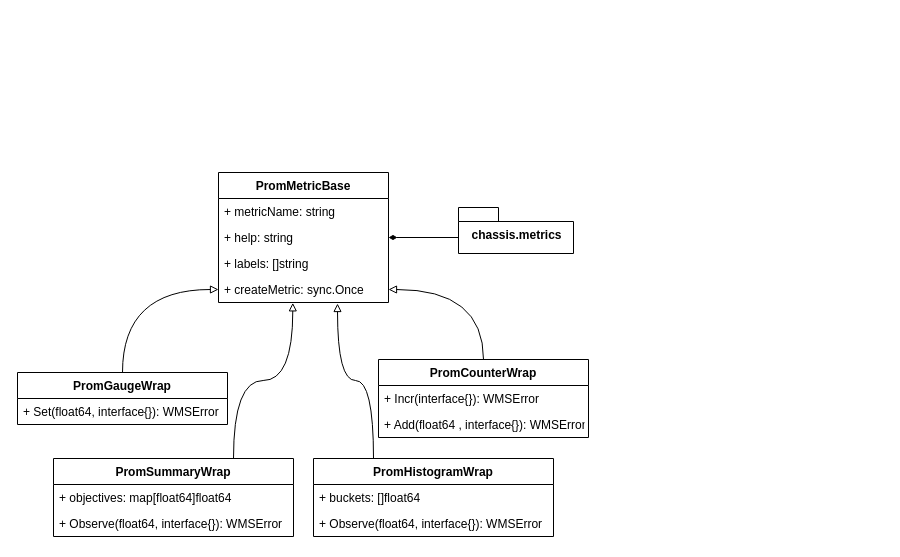
The draw.io diagram prometheus-class.drawio in yindongjun/drawio-2, before the edit. Source tidied: cells renumbered, new cells numbered last; positions are measured from the earlier drawing's top-left corner, leaving out a move shared by most shapes. Both pictures are drawn from the tidied source at 100%, with x=0, y=0 at pixel (17, 172).
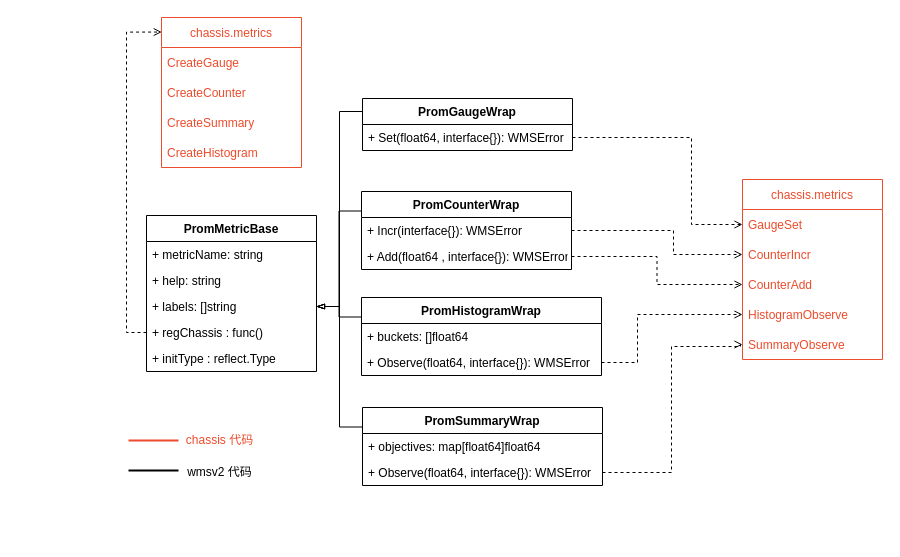
After the change.

Unchanged cells that the change refers to:
```xml
<mxCell id="4" value="+ help: string" style="text;strokeColor=none;fillColor=none;align=left;verticalAlign=top;spacingLeft=4;spacingRight=4;overflow=hidden;points=[[0,0.5],[1,0.5]];portConstraint=eastwest;" parent="2" vertex="1">
  <mxGeometry y="52" width="170" height="26" as="geometry" />
</mxCell>
<mxCell id="5" value="+ labels: []string" style="text;strokeColor=none;fillColor=none;align=left;verticalAlign=top;spacingLeft=4;spacingRight=4;overflow=hidden;points=[[0,0.5],[1,0.5]];portConstraint=eastwest;" parent="2" vertex="1">
  <mxGeometry y="78" width="170" height="26" as="geometry" />
</mxCell>
<mxCell id="9" value="+ Set(float64, interface{}): WMSError" style="text;strokeColor=none;fillColor=none;align=left;verticalAlign=top;spacingLeft=4;spacingRight=4;overflow=hidden;points=[[0,0.5],[1,0.5]];portConstraint=eastwest;" parent="8" vertex="1">
  <mxGeometry y="26" width="210" height="26" as="geometry" />
</mxCell>
<mxCell id="12" value="+ Incr(interface{}): WMSError" style="text;strokeColor=none;fillColor=none;align=left;verticalAlign=top;spacingLeft=4;spacingRight=4;overflow=hidden;points=[[0,0.5],[1,0.5]];portConstraint=eastwest;" parent="11" vertex="1">
  <mxGeometry y="26" width="210" height="26" as="geometry" />
</mxCell>
<mxCell id="13" value="+ Add(float64 , interface{}): WMSError" style="text;strokeColor=none;fillColor=none;align=left;verticalAlign=top;spacingLeft=4;spacingRight=4;overflow=hidden;points=[[0,0.5],[1,0.5]];portConstraint=eastwest;" parent="11" vertex="1">
  <mxGeometry y="52" width="210" height="26" as="geometry" />
</mxCell>
<mxCell id="17" value="+ Observe(float64, interface{}): WMSError" style="text;strokeColor=none;fillColor=none;align=left;verticalAlign=top;spacingLeft=4;spacingRight=4;overflow=hidden;points=[[0,0.5],[1,0.5]];portConstraint=eastwest;" parent="15" vertex="1">
  <mxGeometry y="52" width="240" height="26" as="geometry" />
</mxCell>
<mxCell id="21" value="+ Observe(float64, interface{}): WMSError" style="text;strokeColor=none;fillColor=none;align=left;verticalAlign=top;spacingLeft=4;spacingRight=4;overflow=hidden;points=[[0,0.5],[1,0.5]];portConstraint=eastwest;" parent="19" vertex="1">
  <mxGeometry y="52" width="240" height="26" as="geometry" />
</mxCell>
```

What changed in the source:
```diff
@@
     <mxCell id="2" value="PromMetricBase" style="swimlane;fontStyle=1;horizontal=1;startSize=26;fillColor=none;strokeColor=default;" parent="1" vertex="1">
-      <mxGeometry x="201" width="170" height="130" as="geometry" />
+      <mxGeometry x="129" y="43" width="170" height="156" as="geometry" />
     </mxCell>
@@
-    <mxCell id="6" value="+ createMetric: sync.Once" style="text;strokeColor=none;fillColor=none;align=left;verticalAlign=top;spacingLeft=4;spacingRight=4;overflow=hidden;points=[[0,0.5],[1,0.5]];portConstraint=eastwest;" parent="2" vertex="1">
+    <mxCell id="6" value="+ regChassis : func()" style="text;strokeColor=none;fillColor=none;align=left;verticalAlign=top;spacingLeft=4;spacingRight=4;overflow=hidden;points=[[0,0.5],[1,0.5]];portConstraint=eastwest;" parent="2" vertex="1">
       <mxGeometry y="104" width="170" height="26" as="geometry" />
     </mxCell>
-    <mxCell id="7" style="edgeStyle=orthogonalEdgeStyle;rounded=0;jettySize=auto;html=1;exitX=0.5;exitY=0;exitDx=0;exitDy=0;entryX=0;entryY=0.5;entryDx=0;entryDy=0;endArrow=block;endFill=0;curved=1;" parent="1" edge="1" source="8" target="6">
-      <mxGeometry relative="1" as="geometry" />
-    </mxCell>
+    <mxCell id="24" value="+ initType : reflect.Type" style="text;strokeColor=none;fillColor=none;align=left;verticalAlign=top;spacingLeft=4;spacingRight=4;overflow=hidden;" parent="2" vertex="1">
+      <mxGeometry y="130" width="170" height="26" as="geometry" />
+    </mxCell>
+    <mxCell id="25" style="edgeStyle=orthogonalEdgeStyle;rounded=0;jettySize=auto;html=1;exitX=0;exitY=0.25;exitDx=0;exitDy=0;entryX=1;entryY=0.5;entryDx=0;entryDy=0;endArrow=blockThin;endFill=0;" parent="1" edge="1" source="8" target="5">
+      <mxGeometry relative="1" as="geometry" />
+    </mxCell>
     <mxCell id="8" value="PromGaugeWrap" style="swimlane;fontStyle=1;align=center;verticalAlign=top;horizontal=1;startSize=26;strokeColor=default;" parent="1" vertex="1">
-      <mxGeometry y="200" width="210" height="52" as="geometry" />
+      <mxGeometry x="345" y="-74" width="210" height="52" as="geometry" />
     </mxCell>
@@
-    <mxCell id="10" style="edgeStyle=orthogonalEdgeStyle;rounded=0;jettySize=auto;html=1;exitX=0.5;exitY=0;exitDx=0;exitDy=0;entryX=1;entryY=0.5;entryDx=0;entryDy=0;endArrow=block;endFill=0;curved=1;" parent="1" edge="1" source="11" target="6">
-      <mxGeometry relative="1" as="geometry" />
-    </mxCell>
+    <mxCell id="26" style="edgeStyle=orthogonalEdgeStyle;rounded=0;jettySize=auto;html=1;exitX=0;exitY=0.25;exitDx=0;exitDy=0;entryX=1;entryY=0.5;entryDx=0;entryDy=0;endArrow=blockThin;endFill=0;" parent="1" edge="1" source="11" target="5">
+      <mxGeometry relative="1" as="geometry" />
+    </mxCell>
     <mxCell id="11" value="PromCounterWrap" style="swimlane;fontStyle=1;align=center;verticalAlign=top;horizontal=1;startSize=26;strokeColor=default;" parent="1" vertex="1">
-      <mxGeometry x="361" y="187" width="210" height="78" as="geometry" />
+      <mxGeometry x="344" y="19" width="210" height="78" as="geometry" />
     </mxCell>
@@
-    <mxCell id="14" style="edgeStyle=orthogonalEdgeStyle;curved=1;rounded=0;jettySize=auto;html=1;exitX=0.75;exitY=0;exitDx=0;exitDy=0;entryX=0.437;entryY=1.013;entryDx=0;entryDy=0;entryPerimeter=0;endArrow=block;endFill=0;" parent="1" edge="1" source="15" target="6">
-      <mxGeometry relative="1" as="geometry" />
-    </mxCell>
+    <mxCell id="27" style="edgeStyle=orthogonalEdgeStyle;rounded=0;jettySize=auto;html=1;exitX=0;exitY=0.25;exitDx=0;exitDy=0;entryX=1;entryY=0.5;entryDx=0;entryDy=0;endArrow=blockThin;endFill=0;" parent="1" edge="1" source="15" target="5">
+      <mxGeometry relative="1" as="geometry" />
+    </mxCell>
     <mxCell id="15" value="PromSummaryWrap" style="swimlane;fontStyle=1;align=center;verticalAlign=top;horizontal=1;startSize=26;strokeColor=default;" parent="1" vertex="1">
-      <mxGeometry x="36" y="286" width="240" height="78" as="geometry" />
+      <mxGeometry x="345" y="235" width="240" height="78" as="geometry" />
     </mxCell>
@@
-    <mxCell id="18" style="edgeStyle=orthogonalEdgeStyle;curved=1;rounded=0;jettySize=auto;html=1;exitX=0.25;exitY=0;exitDx=0;exitDy=0;entryX=0.7;entryY=1.038;entryDx=0;entryDy=0;entryPerimeter=0;endArrow=block;endFill=0;" parent="1" edge="1" source="19" target="6">
-      <mxGeometry relative="1" as="geometry" />
-    </mxCell>
+    <mxCell id="28" style="edgeStyle=orthogonalEdgeStyle;rounded=0;jettySize=auto;html=1;exitX=0;exitY=0.25;exitDx=0;exitDy=0;entryX=1;entryY=0.5;entryDx=0;entryDy=0;endArrow=blockThin;endFill=0;" parent="1" edge="1" source="19" target="5">
+      <mxGeometry relative="1" as="geometry" />
+    </mxCell>
     <mxCell id="19" value="PromHistogramWrap" style="swimlane;fontStyle=1;align=center;verticalAlign=top;horizontal=1;startSize=26;strokeColor=default;" parent="1" vertex="1">
-      <mxGeometry x="296" y="286" width="240" height="78" as="geometry" />
+      <mxGeometry x="344" y="125" width="240" height="78" as="geometry" />
     </mxCell>
@@
-    <mxCell id="22" value="chassis.metrics" style="shape=folder;fontStyle=1;spacingTop=10;tabWidth=40;tabHeight=14;tabPosition=left;html=1;strokeColor=default;" parent="1" vertex="1">
-      <mxGeometry x="441" y="35" width="115" height="46" as="geometry" />
-    </mxCell>
-    <mxCell id="23" style="edgeStyle=orthogonalEdgeStyle;rounded=0;jettySize=auto;html=1;exitX=0;exitY=0;exitDx=0;exitDy=30;entryX=1;entryY=0.5;entryDx=0;entryDy=0;endArrow=diamondThin;endFill=1;exitPerimeter=0;" parent="1" edge="1" source="22" target="4">
-      <mxGeometry relative="1" as="geometry" />
-    </mxCell>
+    <mxCell id="29" value="chassis.metrics" style="swimlane;fontStyle=0;horizontal=1;startSize=30;strokeColor=#EC4C2C;fontColor=#EC4C2C;" parent="1" vertex="1">
+      <mxGeometry x="725" y="7" width="140" height="180" as="geometry" />
+    </mxCell>
+    <mxCell id="30" value="GaugeSet" style="text;strokeColor=none;fillColor=none;align=left;verticalAlign=middle;spacingLeft=4;spacingRight=4;overflow=hidden;points=[[0,0.5],[1,0.5]];portConstraint=eastwest;fontColor=#EC4C2C;" parent="29" vertex="1">
+      <mxGeometry y="30" width="140" height="30" as="geometry" />
+    </mxCell>
+    <mxCell id="31" value="CounterIncr" style="text;strokeColor=none;fillColor=none;align=left;verticalAlign=middle;spacingLeft=4;spacingRight=4;overflow=hidden;points=[[0,0.5],[1,0.5]];portConstraint=eastwest;fontColor=#EC4C2C;" parent="29" vertex="1">
+      <mxGeometry y="60" width="140" height="30" as="geometry" />
+    </mxCell>
+    <mxCell id="32" value="CounterAdd" style="text;strokeColor=none;fillColor=none;align=left;verticalAlign=middle;spacingLeft=4;spacingRight=4;overflow=hidden;points=[[0,0.5],[1,0.5]];portConstraint=eastwest;fontColor=#EC4C2C;" parent="29" vertex="1">
+      <mxGeometry y="90" width="140" height="30" as="geometry" />
+    </mxCell>
+    <mxCell id="33" value="HistogramObserve" style="text;strokeColor=none;fillColor=none;align=left;verticalAlign=middle;spacingLeft=4;spacingRight=4;overflow=hidden;points=[[0,0.5],[1,0.5]];portConstraint=eastwest;fontColor=#EC4C2C;" parent="29" vertex="1">
+      <mxGeometry y="120" width="140" height="30" as="geometry" />
+    </mxCell>
+    <mxCell id="34" value="SummaryObserve" style="text;strokeColor=none;fillColor=none;align=left;verticalAlign=middle;spacingLeft=4;spacingRight=4;overflow=hidden;points=[[0,0.5],[1,0.5]];portConstraint=eastwest;fontColor=#EC4C2C;" parent="29" vertex="1">
+      <mxGeometry y="150" width="140" height="30" as="geometry" />
+    </mxCell>
+    <mxCell id="35" value="chassis.metrics" style="swimlane;fontStyle=0;horizontal=1;startSize=30;strokeColor=#EC4C2C;fontColor=#EC4C2C;" parent="1" vertex="1">
+      <mxGeometry x="144" y="-155" width="140" height="150" as="geometry" />
+    </mxCell>
+    <mxCell id="36" value="CreateGauge" style="text;strokeColor=none;fillColor=none;align=left;verticalAlign=middle;spacingLeft=4;spacingRight=4;overflow=hidden;fontColor=#EC4C2C;" parent="35" vertex="1">
+      <mxGeometry y="30" width="140" height="30" as="geometry" />
+    </mxCell>
+    <mxCell id="37" value="CreateCounter" style="text;strokeColor=none;fillColor=none;align=left;verticalAlign=middle;spacingLeft=4;spacingRight=4;overflow=hidden;fontColor=#EC4C2C;" parent="35" vertex="1">
+      <mxGeometry y="60" width="140" height="30" as="geometry" />
+    </mxCell>
+    <mxCell id="38" value="CreateSummary" style="text;strokeColor=none;fillColor=none;align=left;verticalAlign=middle;spacingLeft=4;spacingRight=4;overflow=hidden;fontColor=#EC4C2C;" parent="35" vertex="1">
+      <mxGeometry y="90" width="140" height="30" as="geometry" />
+    </mxCell>
+    <mxCell id="39" value="CreateHistogram" style="text;strokeColor=none;fillColor=none;align=left;verticalAlign=middle;spacingLeft=4;spacingRight=4;overflow=hidden;fontColor=#EC4C2C;" parent="35" vertex="1">
+      <mxGeometry y="120" width="140" height="30" as="geometry" />
+    </mxCell>
+    <mxCell id="40" style="edgeStyle=orthogonalEdgeStyle;rounded=0;jettySize=auto;html=1;exitX=0;exitY=0.5;exitDx=0;exitDy=0;entryX=0.002;entryY=0.097;entryDx=0;entryDy=0;entryPerimeter=0;endArrow=open;endFill=0;dashed=1;" parent="1" edge="1" source="6" target="35">
+      <mxGeometry relative="1" as="geometry" />
+    </mxCell>
+    <mxCell id="41" style="edgeStyle=orthogonalEdgeStyle;rounded=0;jettySize=auto;html=1;exitX=1;exitY=0.5;exitDx=0;exitDy=0;entryX=0;entryY=0.5;entryDx=0;entryDy=0;dashed=1;endArrow=open;endFill=0;" parent="1" edge="1" source="9" target="30">
+      <mxGeometry relative="1" as="geometry">
+        <Array as="points">
+          <mxPoint x="674" y="-35" />
+          <mxPoint x="674" y="52" />
+        </Array>
+      </mxGeometry>
+    </mxCell>
+    <mxCell id="42" style="edgeStyle=orthogonalEdgeStyle;rounded=0;jettySize=auto;html=1;exitX=1;exitY=0.5;exitDx=0;exitDy=0;dashed=1;endArrow=open;endFill=0;" parent="1" edge="1" source="12" target="31">
+      <mxGeometry relative="1" as="geometry">
+        <Array as="points">
+          <mxPoint x="656" y="58" />
+          <mxPoint x="656" y="82" />
+        </Array>
+      </mxGeometry>
+    </mxCell>
+    <mxCell id="43" style="edgeStyle=orthogonalEdgeStyle;rounded=0;jettySize=auto;html=1;exitX=1;exitY=0.5;exitDx=0;exitDy=0;dashed=1;endArrow=open;endFill=0;" parent="1" edge="1" source="13" target="32">
+      <mxGeometry relative="1" as="geometry" />
+    </mxCell>
+    <mxCell id="44" style="edgeStyle=orthogonalEdgeStyle;rounded=0;jettySize=auto;html=1;exitX=1;exitY=0.5;exitDx=0;exitDy=0;entryX=0;entryY=0.5;entryDx=0;entryDy=0;dashed=1;endArrow=open;endFill=0;" parent="1" edge="1" source="21" target="33">
+      <mxGeometry relative="1" as="geometry">
+        <Array as="points">
+          <mxPoint x="620" y="190" />
+          <mxPoint x="620" y="142" />
+        </Array>
+      </mxGeometry>
+    </mxCell>
+    <mxCell id="45" style="edgeStyle=orthogonalEdgeStyle;rounded=0;jettySize=auto;html=1;exitX=1;exitY=0.5;exitDx=0;exitDy=0;entryX=0;entryY=0.5;entryDx=0;entryDy=0;dashed=1;endArrow=open;endFill=0;" parent="1" edge="1" source="17" target="34">
+      <mxGeometry relative="1" as="geometry">
+        <Array as="points">
+          <mxPoint x="654" y="300" />
+          <mxPoint x="654" y="174" />
+          <mxPoint x="723" y="174" />
+        </Array>
+      </mxGeometry>
+    </mxCell>
+    <mxCell id="46" value="chassis 代码" style="text;html=1;strokeColor=none;fillColor=none;align=center;verticalAlign=middle;whiteSpace=wrap;rounded=0;fontColor=#EC4C2C;" parent="1" vertex="1">
+      <mxGeometry x="151" y="254" width="103" height="27" as="geometry" />
+    </mxCell>
+    <mxCell id="47" style="endArrow=none;html=1;rounded=0;fontColor=#EC4C2C;strokeWidth=2;strokeColor=#EC4C2C;" parent="1" edge="1">
+      <mxGeometry relative="1" as="geometry">
+        <mxPoint x="111" y="268" as="sourcePoint" />
+        <mxPoint x="161" y="268" as="targetPoint" />
+      </mxGeometry>
+    </mxCell>
+    <mxCell id="48" value="wmsv2 代码" style="text;html=1;strokeColor=none;fillColor=none;align=center;verticalAlign=middle;whiteSpace=wrap;rounded=0;fontColor=#000000;" parent="1" vertex="1">
+      <mxGeometry x="151" y="286" width="103" height="27" as="geometry" />
+    </mxCell>
+    <mxCell id="49" style="endArrow=none;html=1;rounded=0;fontColor=#000000;strokeWidth=2;strokeColor=#000000;" parent="1" edge="1">
+      <mxGeometry relative="1" as="geometry">
+        <mxPoint x="111" y="298" as="sourcePoint" />
+        <mxPoint x="161" y="298" as="targetPoint" />
+      </mxGeometry>
+    </mxCell>
```
